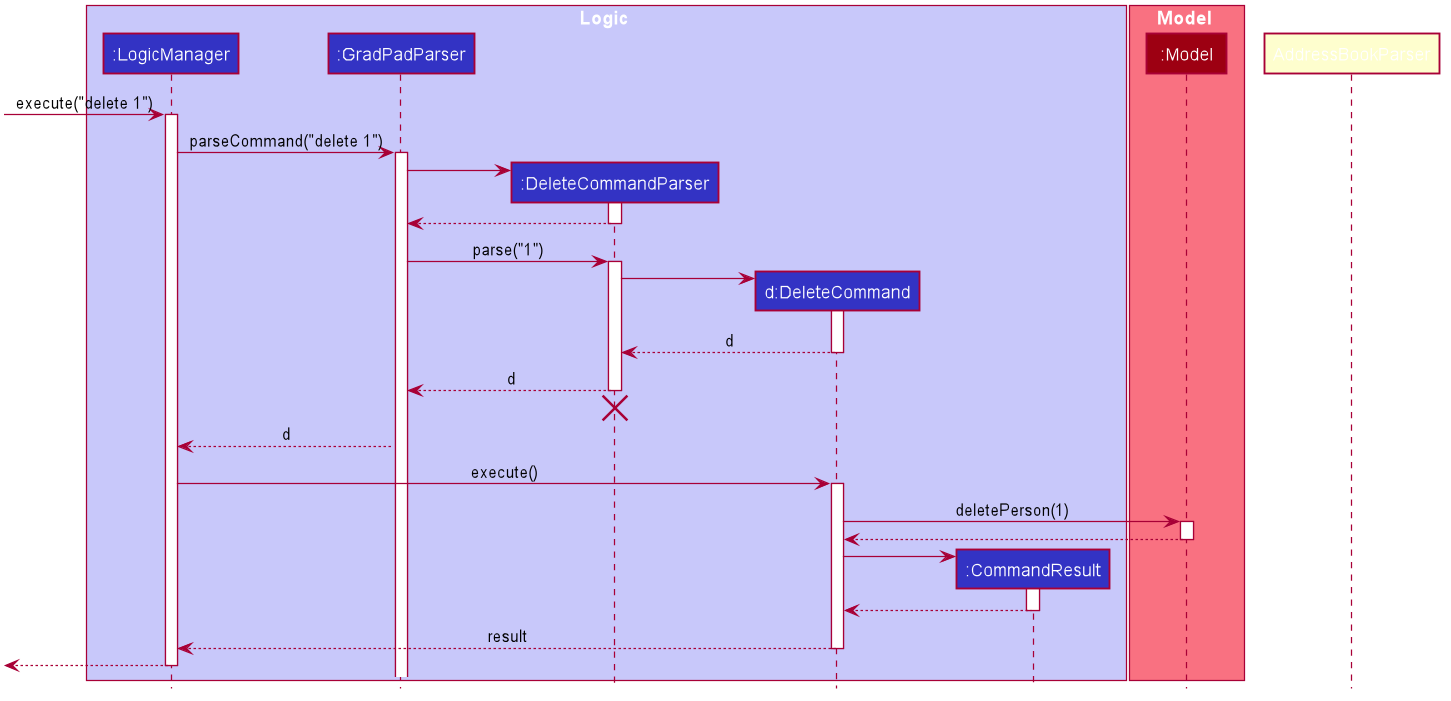
Above: docs/images/DeleteSequenceDiagram.png in yan-soon/tp (PlantUML), before the change. Its diagram source:
```plantuml
@startuml








skinparam BackgroundColor #FFFFFFF

skinparam Shadowing false

skinparam Class {
    FontColor #FFFFFF
    BorderThickness 1
    BorderColor #FFFFFF
    StereotypeFontColor #FFFFFF
    FontName Arial
}

skinparam Actor {
    BorderColor #000000
    Color #000000
    FontName Arial
}

skinparam Sequence {
    MessageAlign center
    BoxFontSize 15
    BoxPadding 0
    BoxFontColor #FFFFFF
    FontName Arial
}

skinparam Participant {
    FontColor #FFFFFFF
    Padding 20
}

skinparam MinClassWidth 50
skinparam ParticipantPadding 10
skinparam Shadowing false
skinparam DefaultTextAlignment center
skinparam packageStyle Rectangle

hide footbox
hide members
hide circle

box Logic #C8C8FA
participant ":LogicManager" as LogicManager #3333C4
participant ":GradPadParser" as GradPadParser #3333C4
participant ":DeleteCommandParser" as DeleteCommandParser #3333C4
participant "d:DeleteCommand" as DeleteCommand #3333C4
participant ":CommandResult" as CommandResult #3333C4
end box

box Model #F97181
participant ":Model" as Model #9D0012
end box

[-> LogicManager : execute("delete 1")
activate LogicManager

LogicManager -> GradPadParser : parseCommand("delete 1")
activate GradPadParser

create DeleteCommandParser
GradPadParser -> DeleteCommandParser
activate DeleteCommandParser

DeleteCommandParser --> GradPadParser
deactivate DeleteCommandParser

GradPadParser -> DeleteCommandParser : parse("1")
activate DeleteCommandParser

create DeleteCommand
DeleteCommandParser -> DeleteCommand
activate DeleteCommand

DeleteCommand --> DeleteCommandParser : d
deactivate DeleteCommand

DeleteCommandParser --> GradPadParser : d
deactivate DeleteCommandParser
DeleteCommandParser -[hidden]-> GradPadParser
destroy DeleteCommandParser

GradPadParser --> LogicManager : d
deactivate AddressBookParser

LogicManager -> DeleteCommand : execute()
activate DeleteCommand

DeleteCommand -> Model : deletePerson(1)
activate Model

Model --> DeleteCommand
deactivate Model

create CommandResult
DeleteCommand -> CommandResult
activate CommandResult

CommandResult --> DeleteCommand
deactivate CommandResult

DeleteCommand --> LogicManager : result
deactivate DeleteCommand

[<--LogicManager
deactivate LogicManager
@enduml
```
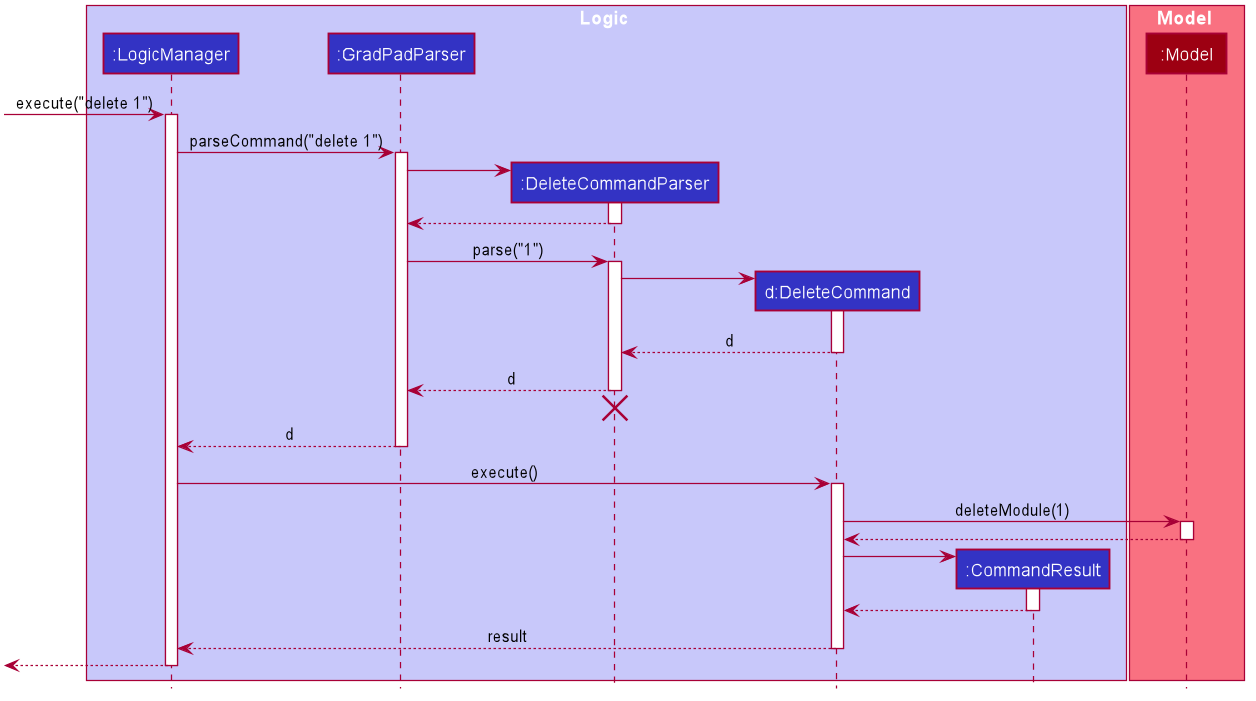
After the commit.

Commit message:
update sequence diagram images

What changed in the source:
```diff
@@ -89,12 +89,12 @@
 destroy DeleteCommandParser
 
 GradPadParser --> LogicManager : d
-deactivate AddressBookParser
+deactivate GradPadParser
 
 LogicManager -> DeleteCommand : execute()
 activate DeleteCommand
 
-DeleteCommand -> Model : deletePerson(1)
+DeleteCommand -> Model : deleteModule(1)
 activate Model
 
 Model --> DeleteCommand
```
